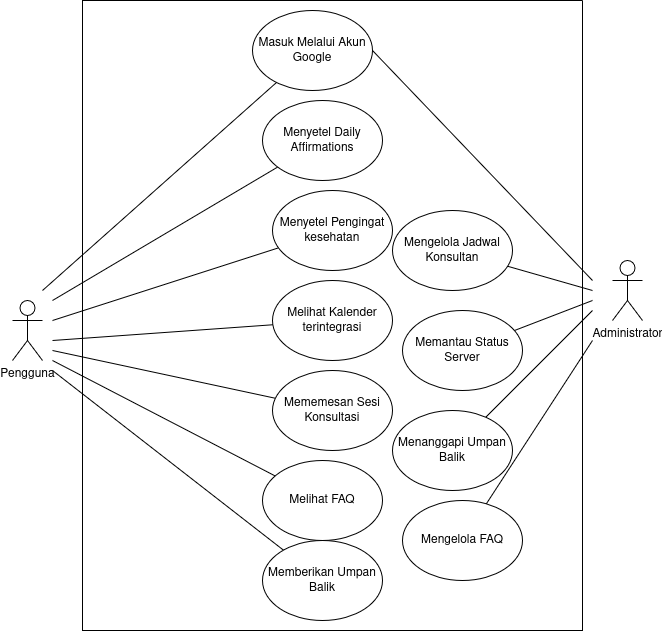
sbxte/IF2150-RPL-K01-G04 keeps this draw.io diagram as docs/M3/assets/diagram/UCD.png. Above is the earlier version. Source tidied: cells renumbered, new cells last; positions are measured from the earlier drawing's top-left corner, leaving out a move shared by most shapes.
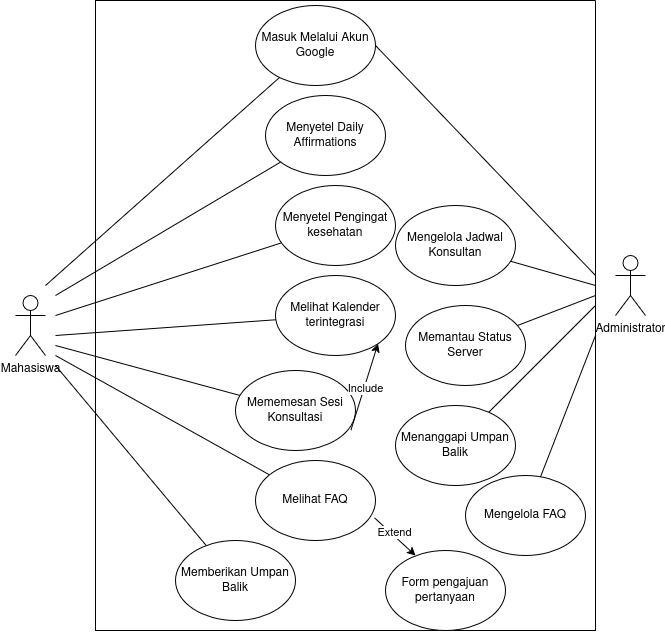
After the commit.

Commit message:
[M3] docs:improved UCD

What changed in the source:
```diff
@@ -2,7 +2,7 @@
   <root>
     <mxCell id="0" />
     <mxCell id="1" parent="0" />
-    <mxCell id="2" value="Pengguna" style="shape=umlActor;verticalLabelPosition=bottom;verticalAlign=top;html=1;" parent="1" vertex="1">
+    <mxCell id="2" value="&lt;div&gt;Mahasiswa&lt;/div&gt;&lt;div&gt;&lt;br&gt;&lt;/div&gt;" style="shape=umlActor;verticalLabelPosition=bottom;verticalAlign=top;html=1;" parent="1" vertex="1">
       <mxGeometry y="300" width="30" height="60" as="geometry" />
     </mxCell>
     <mxCell id="3" style="endArrow=none;html=1;rounded=0;" parent="1" edge="1" target="4">
@@ -34,25 +34,16 @@
         <mxPoint x="40" y="350" as="sourcePoint" />
       </mxGeometry>
     </mxCell>
-    <mxCell id="10" value="Mememesan Sesi Konsultasi" style="ellipse;whiteSpace=wrap;html=1;shapeInside=1;" parent="1" vertex="1">
-      <mxGeometry x="260" y="370" width="120" height="80" as="geometry" />
-    </mxCell>
     <mxCell id="11" style="endArrow=none;html=1;rounded=0;" parent="1" edge="1" target="12">
       <mxGeometry relative="1" as="geometry">
         <mxPoint x="40" y="360" as="sourcePoint" />
       </mxGeometry>
     </mxCell>
-    <mxCell id="12" value="Melihat FAQ" style="ellipse;whiteSpace=wrap;html=1;shapeInside=1;" parent="1" vertex="1">
-      <mxGeometry x="250" y="460" width="120" height="80" as="geometry" />
-    </mxCell>
     <mxCell id="13" style="endArrow=none;html=1;rounded=0;" parent="1" edge="1" target="14">
       <mxGeometry relative="1" as="geometry">
         <mxPoint x="40" y="370" as="sourcePoint" />
       </mxGeometry>
     </mxCell>
-    <mxCell id="14" value="Memberikan Umpan Balik" style="ellipse;whiteSpace=wrap;html=1;shapeInside=1;" parent="1" vertex="1">
-      <mxGeometry x="250" y="540" width="120" height="80" as="geometry" />
-    </mxCell>
     <mxCell id="15" style="endArrow=none;html=1;rounded=0;" parent="1" edge="1" target="16">
       <mxGeometry relative="1" as="geometry">
         <mxPoint x="30" y="290" as="sourcePoint" />
@@ -94,15 +85,39 @@
       <mxGeometry x="380" y="410" width="120" height="80" as="geometry" />
     </mxCell>
     <mxCell id="25" style="swimlane;startSize=0;" parent="1" vertex="1">
-      <mxGeometry x="70" width="500" height="630" as="geometry" />
+      <mxGeometry x="80" y="5" width="500" height="630" as="geometry" />
     </mxCell>
     <mxCell id="26" value="Mengelola FAQ" style="ellipse;whiteSpace=wrap;html=1;shapeInside=1;" parent="25" vertex="1">
-      <mxGeometry x="320" y="500" width="120" height="80" as="geometry" />
+      <mxGeometry x="370" y="475" width="120" height="80" as="geometry" />
     </mxCell>
+    <mxCell id="10" value="Mememesan Sesi Konsultasi" style="ellipse;whiteSpace=wrap;html=1;shapeInside=1;" parent="25" vertex="1">
+      <mxGeometry x="140" y="370" width="120" height="80" as="geometry" />
+    </mxCell>
+    <mxCell id="12" value="Melihat FAQ" style="ellipse;whiteSpace=wrap;html=1;shapeInside=1;" parent="25" vertex="1">
+      <mxGeometry x="160" y="460" width="120" height="80" as="geometry" />
+    </mxCell>
+    <mxCell id="28" value="Form pengajuan pertanyaan" style="ellipse;whiteSpace=wrap;html=1;shapeInside=1;" parent="25" vertex="1">
+      <mxGeometry x="290" y="550" width="120" height="80" as="geometry" />
+    </mxCell>
+    <mxCell id="14" value="Memberikan Umpan Balik" style="ellipse;whiteSpace=wrap;html=1;shapeInside=1;" parent="25" vertex="1">
+      <mxGeometry x="80" y="540" width="120" height="80" as="geometry" />
+    </mxCell>
+    <mxCell id="29" style="endArrow=classic;html=1;rounded=0;entryX=0.25;entryY=0.063;entryDx=0;entryDy=0;entryPerimeter=0;exitX=0.992;exitY=0.717;exitDx=0;exitDy=0;exitPerimeter=0;" parent="25" edge="1" source="12" target="28">
+      <mxGeometry relative="1" as="geometry" />
+    </mxCell>
+    <mxCell id="30" value="&lt;div&gt;Extend&lt;/div&gt;" style="edgeLabel;html=1;align=center;verticalAlign=middle;" parent="29" vertex="1">
+      <mxGeometry x="-0.13" y="3" relative="1" as="geometry" />
+    </mxCell>
     <mxCell id="27" style="endArrow=none;html=1;rounded=0;" parent="1" edge="1" target="26">
       <mxGeometry relative="1" as="geometry">
         <mxPoint x="580" y="340" as="sourcePoint" />
       </mxGeometry>
     </mxCell>
+    <mxCell id="31" style="endArrow=classic;html=1;rounded=0;exitX=0.962;exitY=0.745;exitDx=0;exitDy=0;exitPerimeter=0;entryX=1;entryY=1;entryDx=0;entryDy=0;" parent="1" edge="1" source="10" target="8">
+      <mxGeometry relative="1" as="geometry" />
+    </mxCell>
+    <mxCell id="32" value="Include" style="edgeLabel;html=1;align=center;verticalAlign=middle;" parent="31" vertex="1">
+      <mxGeometry x="-0.03" y="-1" relative="1" as="geometry" />
+    </mxCell>
   </root>
 </mxGraphModel>
```
